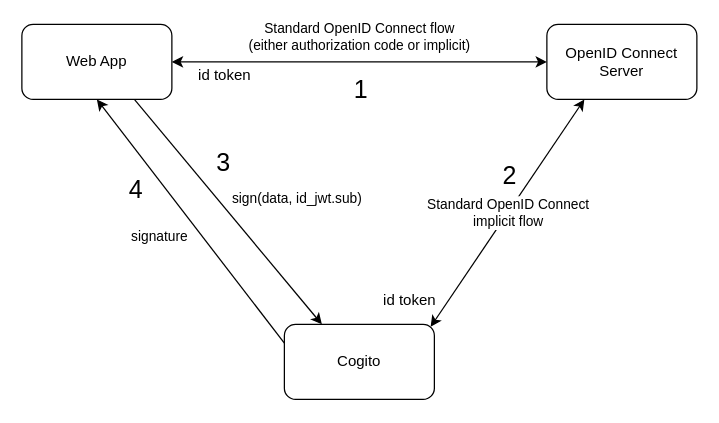
philips-software/cogito keeps this draw.io diagram as Documentation/Signing.drawio.xml. Above is the earlier version. Source tidied: cells renumbered, new cells numbered last; positions are measured from the earlier drawing's top-left corner, leaving out a move shared by most shapes. Both pictures are drawn from the tidied source at 125%, with x=0, y=0 at pixel (21, 24).
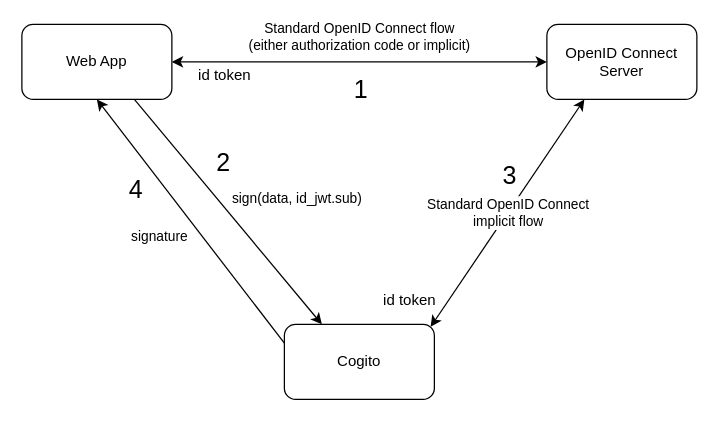
After the change.

Change to the diagram source:
```diff
@@
 <mxGraphModel background="#ffffff">
   <root>
     <mxCell id="0" />
     <mxCell id="1" parent="0" />
     <mxCell id="2" value="Web App" style="rounded=1;whiteSpace=wrap;html=1;" parent="1" vertex="1">
       <mxGeometry width="120" height="60" as="geometry" />
     </mxCell>
     <mxCell id="3" value="OpenID Connect Server" style="rounded=1;whiteSpace=wrap;html=1;" parent="1" vertex="1">
       <mxGeometry x="420" width="120" height="60" as="geometry" />
     </mxCell>
     <mxCell id="4" value="Cogito" style="rounded=1;whiteSpace=wrap;html=1;" parent="1" vertex="1">
       <mxGeometry x="210" y="240" width="120" height="60" as="geometry" />
     </mxCell>
     <mxCell id="5" value="Standard OpenID Connect flow&lt;br&gt;(either authorization code or implicit)" style="endArrow=classic;startArrow=classic;html=1;entryX=0;entryY=0.5;exitX=1;exitY=0.5;" parent="1" edge="1" source="2" target="3">
       <mxGeometry y="20" relative="1" as="geometry" />
     </mxCell>
     <mxCell id="6" value="id token" style="text;html=1;align=center;verticalAlign=middle;labelBackgroundColor=#ffffff;" parent="5" vertex="1">
       <mxGeometry x="-0.75" y="-1" relative="1" as="geometry">
         <mxPoint x="3" y="9" as="offset" />
       </mxGeometry>
     </mxCell>
     <mxCell id="7" value="1" style="text;html=1;align=center;verticalAlign=middle;labelBackgroundColor=#ffffff;fontSize=20;" parent="5" vertex="1">
       <mxGeometry x="0.14" y="1" relative="1" as="geometry">
         <mxPoint x="-21" y="21" as="offset" />
       </mxGeometry>
     </mxCell>
     <mxCell id="8" value="Standard OpenID Connect&lt;br&gt;implicit flow" style="endArrow=classic;startArrow=classic;html=1;entryX=0.25;entryY=1;exitX=0.975;exitY=0.033;exitPerimeter=0;" parent="1" edge="1" source="4" target="3">
       <mxGeometry relative="1" as="geometry" />
     </mxCell>
     <mxCell id="9" value="id token" style="text;html=1;align=center;verticalAlign=middle;labelBackgroundColor=#ffffff;" parent="8" vertex="1">
       <mxGeometry x="-0.87" relative="1" as="geometry">
         <mxPoint x="-25" y="-10" as="offset" />
       </mxGeometry>
     </mxCell>
-    <mxCell id="10" value="2" style="text;html=1;align=center;verticalAlign=middle;labelBackgroundColor=#ffffff;fontSize=20;" parent="8" vertex="1">
+    <mxCell id="10" value="3" style="text;html=1;align=center;verticalAlign=middle;labelBackgroundColor=#ffffff;fontSize=20;" parent="8" vertex="1">
       <mxGeometry x="0.34" y="-3" relative="1" as="geometry">
         <mxPoint x="-22" y="-2" as="offset" />
       </mxGeometry>
     </mxCell>
     <mxCell id="11" value="sign(data, id_jwt.sub)" style="endArrow=classic;html=1;exitX=0.75;exitY=1;entryX=0.25;entryY=0;" parent="1" edge="1" source="2" target="4">
       <mxGeometry x="0.23" y="49" relative="1" as="geometry" />
     </mxCell>
-    <mxCell id="12" value="3" style="text;html=1;align=center;verticalAlign=middle;labelBackgroundColor=#ffffff;fontSize=20;direction=south;" parent="11" vertex="1">
+    <mxCell id="12" value="2" style="text;html=1;align=center;verticalAlign=middle;labelBackgroundColor=#ffffff;fontSize=20;direction=south;" parent="11" vertex="1">
       <mxGeometry x="-0.09" y="2" relative="1" as="geometry">
         <mxPoint y="-31" as="offset" />
       </mxGeometry>
     </mxCell>
     <mxCell id="13" value="signature" style="endArrow=classic;html=1;exitX=0;exitY=0.25;entryX=0.5;entryY=1;" parent="1" edge="1" source="4" target="2">
       <mxGeometry x="0.04" y="27" relative="1" as="geometry">
         <mxPoint x="-1" as="offset" />
       </mxGeometry>
     </mxCell>
     <mxCell id="14" value="4" style="text;html=1;align=center;verticalAlign=middle;labelBackgroundColor=#ffffff;fontSize=20;" parent="13" vertex="1">
       <mxGeometry x="-0.29" y="1" relative="1" as="geometry">
         <mxPoint x="-66" y="-56" as="offset" />
       </mxGeometry>
     </mxCell>
   </root>
 </mxGraphModel>
```
